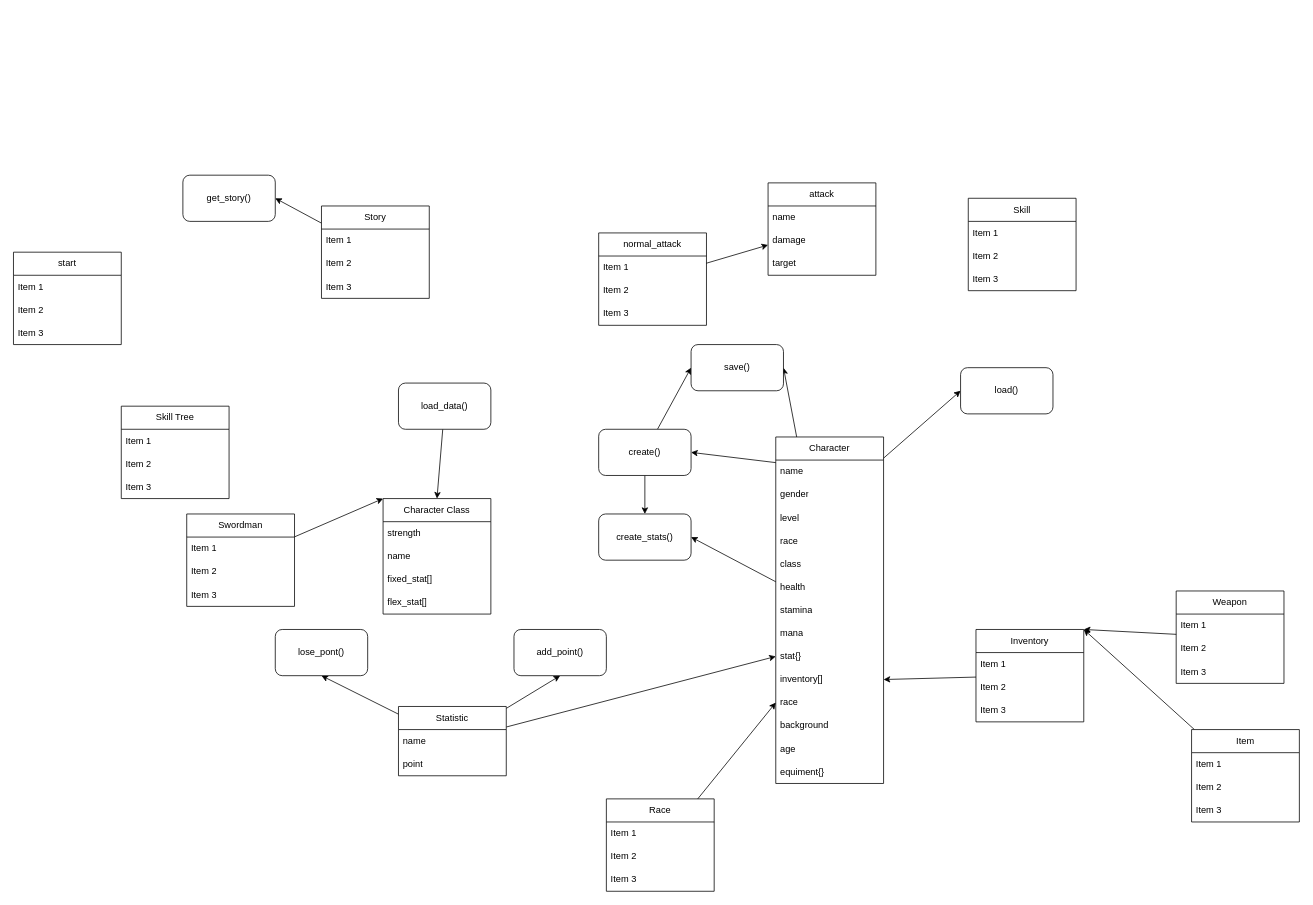
Above: design.drawio in minhduc1212/Text_Based_Game (draw.io), before the change. Source tidied: cells renumbered, new cells numbered last; positions are measured from the earlier drawing's top-left corner, leaving out a move shared by most shapes. Both pictures are drawn from the tidied source at 77%, with x=0, y=0 at pixel (13, 175).
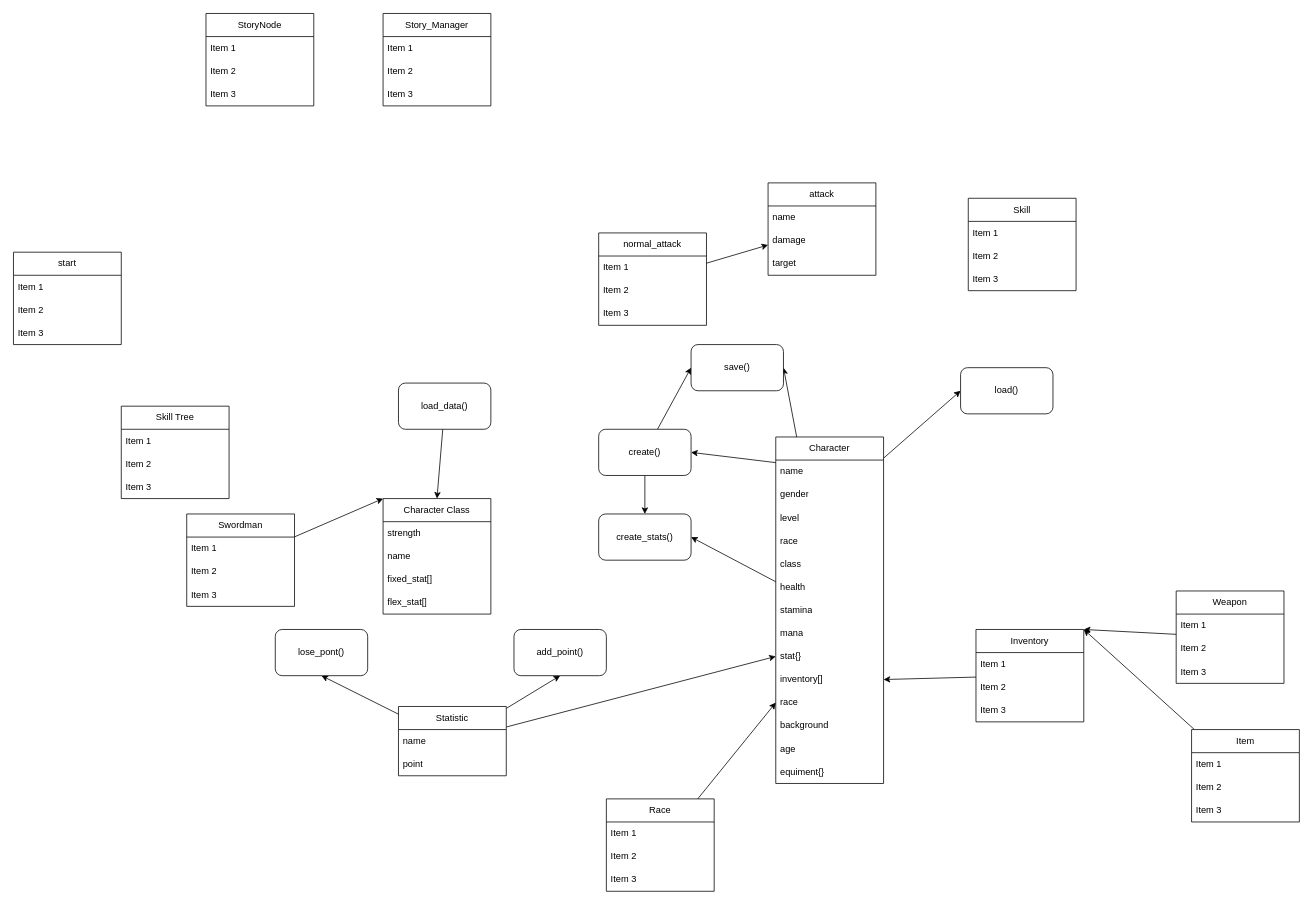
After the change.

Commit message:
feat(design): add story class

Change to the diagram source:
```diff
@@
-    <mxCell id="77" style="edgeStyle=none;html=1;entryX=1;entryY=0.5;entryDx=0;entryDy=0;" parent="1" edge="1" source="78" target="82">
-      <mxGeometry relative="1" as="geometry" />
-    </mxCell>
-    <mxCell id="78" value="Story" style="swimlane;fontStyle=0;horizontal=1;startSize=30;whiteSpace=wrap;html=1;" parent="1" vertex="1">
-      <mxGeometry x="400" y="40" width="140" height="120" as="geometry" />
+    <mxCell id="78" value="Story_Manager" style="swimlane;fontStyle=0;horizontal=1;startSize=30;whiteSpace=wrap;html=1;" parent="1" vertex="1">
+      <mxGeometry x="480" y="-210" width="140" height="120" as="geometry" />
     </mxCell>
@@
-    <mxCell id="82" value="get_story()" style="rounded=1;whiteSpace=wrap;html=1;" parent="1" vertex="1">
-      <mxGeometry x="220" width="120" height="60" as="geometry" />
-    </mxCell>
@@
+    <mxCell id="94" value="StoryNode" style="swimlane;fontStyle=0;horizontal=1;startSize=30;whiteSpace=wrap;html=1;" parent="1" vertex="1">
+      <mxGeometry x="250" y="-210" width="140" height="120" as="geometry" />
+    </mxCell>
+    <mxCell id="95" value="Item 1" style="text;strokeColor=none;fillColor=none;align=left;verticalAlign=middle;spacingLeft=4;spacingRight=4;overflow=hidden;whiteSpace=wrap;html=1;" parent="94" vertex="1">
+      <mxGeometry y="30" width="140" height="30" as="geometry" />
+    </mxCell>
+    <mxCell id="96" value="Item 2" style="text;strokeColor=none;fillColor=none;align=left;verticalAlign=middle;spacingLeft=4;spacingRight=4;overflow=hidden;whiteSpace=wrap;html=1;" parent="94" vertex="1">
+      <mxGeometry y="60" width="140" height="30" as="geometry" />
+    </mxCell>
+    <mxCell id="97" value="Item 3" style="text;strokeColor=none;fillColor=none;align=left;verticalAlign=middle;spacingLeft=4;spacingRight=4;overflow=hidden;whiteSpace=wrap;html=1;" parent="94" vertex="1">
+      <mxGeometry y="90" width="140" height="30" as="geometry" />
+    </mxCell>
```
